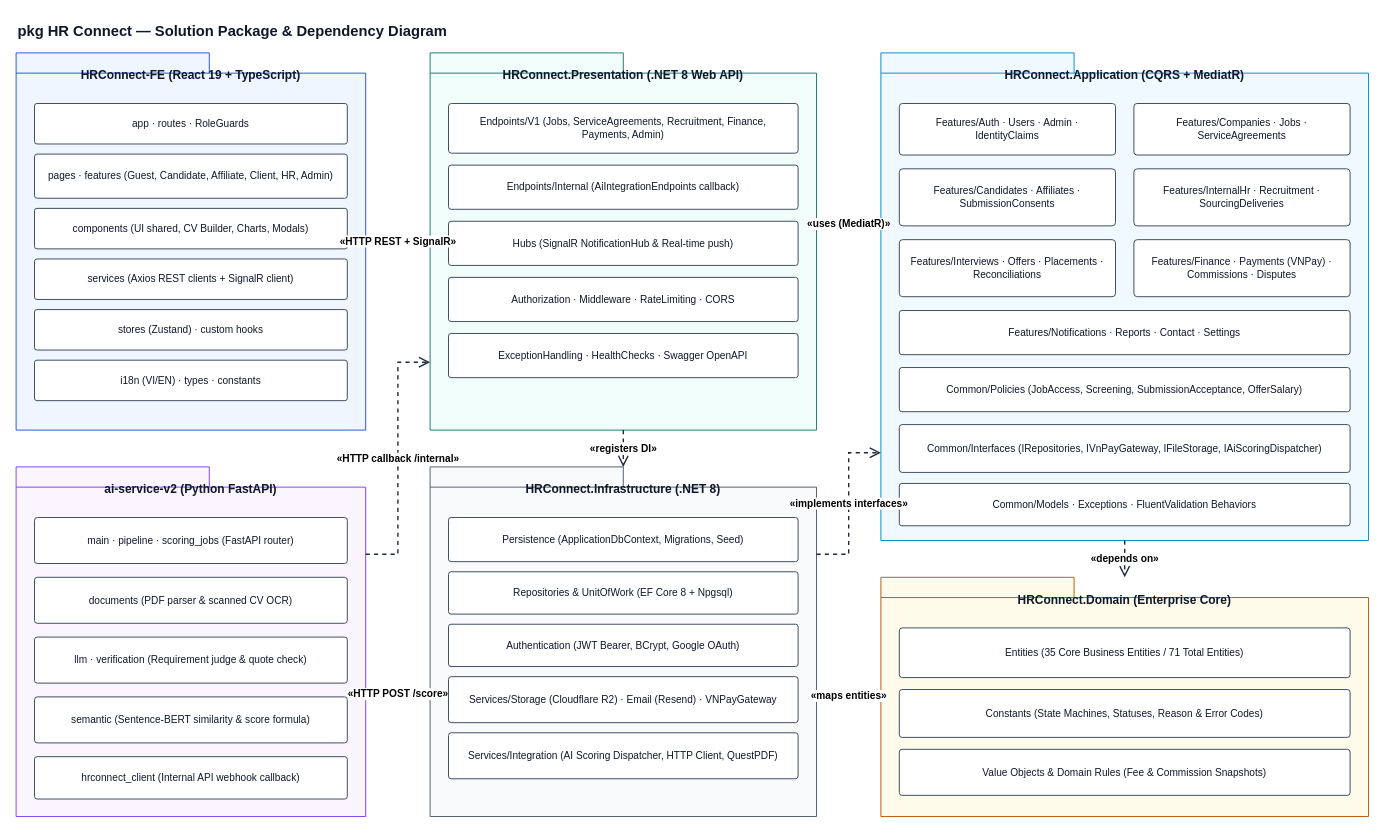
hoangqui794/hr-connect keeps this draw.io diagram as docs/diagrams/architecture/source/pkg-hr-connect.drawio. Above is the earlier version. Source tidied: cells renumbered, new cells numbered last; positions are measured from the earlier drawing's top-left corner, leaving out a move shared by most shapes. Both pictures are drawn from the tidied source at 92%, with x=0, y=0 at pixel (16, 16).
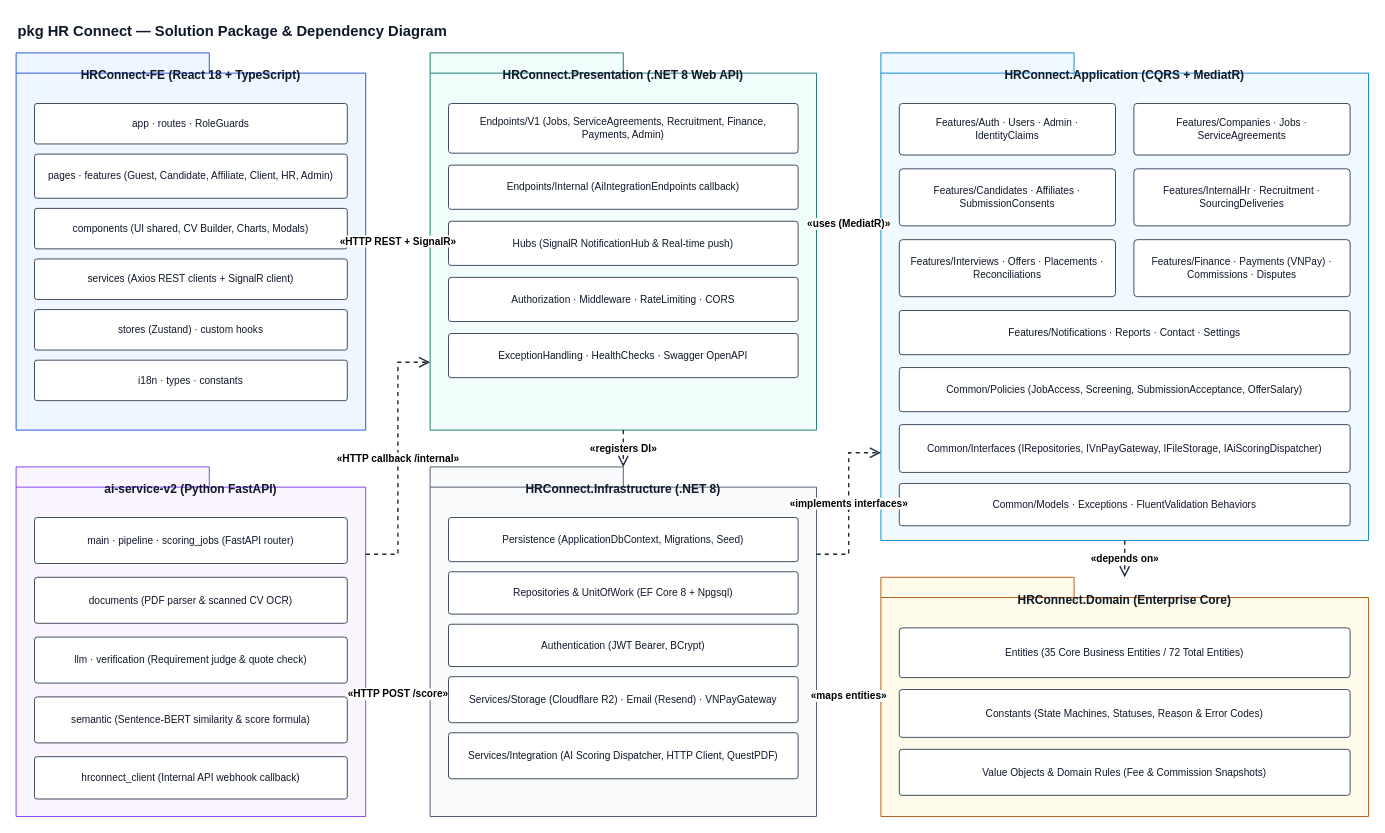
The same diagram, later.

Change to the diagram source:
```diff
@@
-    <mxCell id="3" value="HRConnect-FE (React 19 + TypeScript)" style="shape=folder;fontStyle=1;fontSize=13;fontFamily=Helvetica;spacingTop=10;tabWidth=210;tabHeight=22;tabPosition=left;html=1;whiteSpace=wrap;verticalAlign=top;align=center;fillColor=#EFF6FF;strokeColor=#1D4ED8;fontColor=#0F172A;" parent="1" vertex="1">
+    <mxCell id="3" value="HRConnect-FE (React 18 + TypeScript)" style="shape=folder;fontStyle=1;fontSize=13;fontFamily=Helvetica;spacingTop=10;tabWidth=210;tabHeight=22;tabPosition=left;html=1;whiteSpace=wrap;verticalAlign=top;align=center;fillColor=#EFF6FF;strokeColor=#1D4ED8;fontColor=#0F172A;" parent="1" vertex="1">
       <mxGeometry y="40" width="380" height="410" as="geometry" />
     </mxCell>
@@
-    <mxCell id="14" value="i18n (VI/EN) · types · constants" style="rounded=1;arcSize=6;whiteSpace=wrap;html=1;fillColor=#FFFFFF;strokeColor=#334155;fontSize=11;fontFamily=Helvetica;fontColor=#0F172A;spacingLeft=6;spacingRight=6;" parent="1" vertex="1">
+    <mxCell id="14" value="i18n · types · constants" style="rounded=1;arcSize=6;whiteSpace=wrap;html=1;fillColor=#FFFFFF;strokeColor=#334155;fontSize=11;fontFamily=Helvetica;fontColor=#0F172A;spacingLeft=6;spacingRight=6;" parent="1" vertex="1">
       <mxGeometry x="20" y="374" width="340" height="44" as="geometry" />
     </mxCell>
@@
-    <mxCell id="27" value="Authentication (JWT Bearer, BCrypt, Google OAuth)" style="rounded=1;arcSize=6;whiteSpace=wrap;html=1;fillColor=#FFFFFF;strokeColor=#334155;fontSize=11;fontFamily=Helvetica;fontColor=#0F172A;spacingLeft=6;spacingRight=6;" parent="1" vertex="1">
+    <mxCell id="27" value="Authentication (JWT Bearer, BCrypt)" style="rounded=1;arcSize=6;whiteSpace=wrap;html=1;fillColor=#FFFFFF;strokeColor=#334155;fontSize=11;fontFamily=Helvetica;fontColor=#0F172A;spacingLeft=6;spacingRight=6;" parent="1" vertex="1">
       <mxGeometry x="470" y="661" width="380" height="46" as="geometry" />
     </mxCell>
@@
-    <mxCell id="40" value="Entities (35 Core Business Entities / 71 Total Entities)" style="rounded=1;arcSize=6;whiteSpace=wrap;html=1;fillColor=#FFFFFF;strokeColor=#334155;fontSize=11;fontFamily=Helvetica;fontColor=#0F172A;spacingLeft=6;spacingRight=6;" parent="1" vertex="1">
+    <mxCell id="40" value="Entities (35 Core Business Entities / 72 Total Entities)" style="rounded=1;arcSize=6;whiteSpace=wrap;html=1;fillColor=#FFFFFF;strokeColor=#334155;fontSize=11;fontFamily=Helvetica;fontColor=#0F172A;spacingLeft=6;spacingRight=6;" parent="1" vertex="1">
       <mxGeometry x="960" y="665" width="490" height="54" as="geometry" />
     </mxCell>
```
